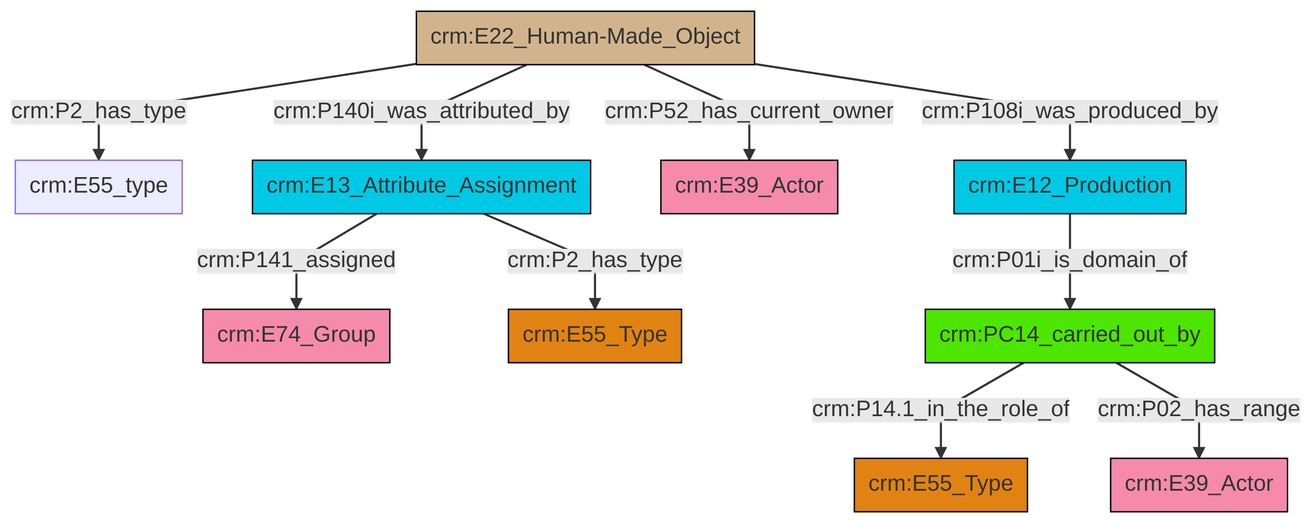
Before: et/builtWorkCSV/ttl/mmd/png/Built_Work_actor_relations.png, a diagram exported from Mermaid (swiss-art-research-net/reference-data-models). Its source is kept beside it as et/builtWorkCSV/ttl/mmd/Built_Work_actor_relations.ttl.mmd.
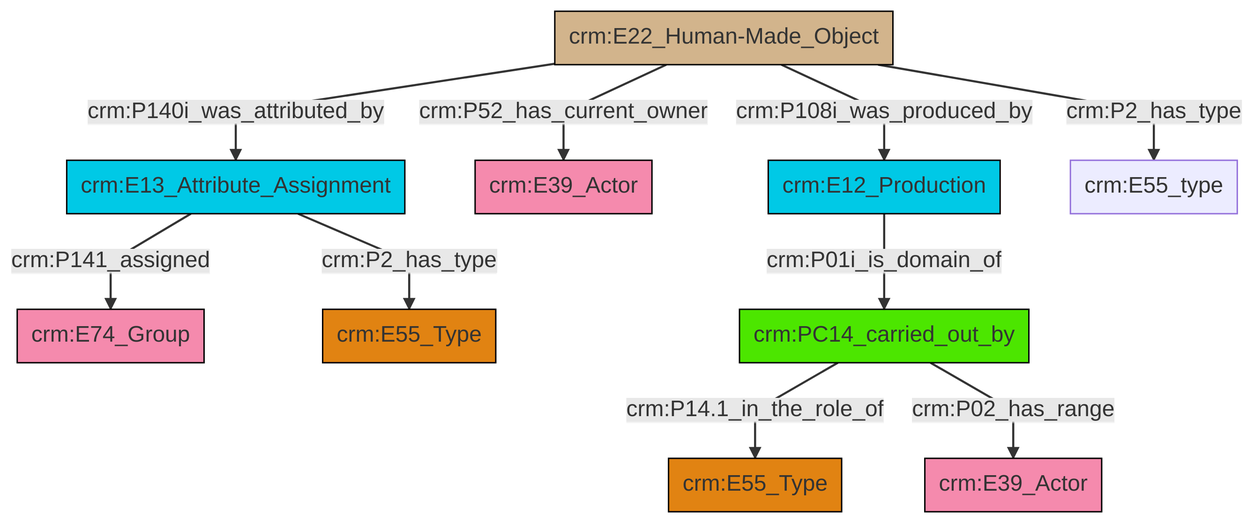
The same file after the commit.

The edit, as a diff of the source:
```diff
@@ -13,12 +13,12 @@
 classDef PC_Classes fill:#4ce600, stroke:#000000;
 classDef Multi fill:#cccccc,stroke:#000000;
 
-6["crm:E22_Human-Made_Object"]:::Physical_Thing -->|crm:P140i_was_attributed_by| 7["crm:E13_Attribute_Assignment"]:::Temporal_Entity
-6["crm:E22_Human-Made_Object"]:::Physical_Thing -->|crm:P108i_was_produced_by| 13["crm:E12_Production"]:::Temporal_Entity
-6["crm:E22_Human-Made_Object"]:::Physical_Thing -->|crm:P2_has_type| 0["crm:E55_type"]:::Default
-7["crm:E13_Attribute_Assignment"]:::Temporal_Entity -->|crm:P141_assigned| 2["crm:E74_Group"]:::Actor
-15["crm:PC14_carried_out_by"]:::PC_Classes -->|crm:P14.1_in_the_role_of| 4["crm:E55_Type"]:::Type
-7["crm:E13_Attribute_Assignment"]:::Temporal_Entity -->|crm:P2_has_type| 10["crm:E55_Type"]:::Type
-6["crm:E22_Human-Made_Object"]:::Physical_Thing -->|crm:P52_has_current_owner| 8["crm:E39_Actor"]:::Actor
-13["crm:E12_Production"]:::Temporal_Entity -->|crm:P01i_is_domain_of| 15["crm:PC14_carried_out_by"]:::PC_Classes
-15["crm:PC14_carried_out_by"]:::PC_Classes -->|crm:P02_has_range| 19["crm:E39_Actor"]:::Actor
+8["crm:E22_Human-Made_Object"]:::Physical_Thing -->|crm:P140i_was_attributed_by| 0["crm:E13_Attribute_Assignment"]:::Temporal_Entity
+0["crm:E13_Attribute_Assignment"]:::Temporal_Entity -->|crm:P141_assigned| 4["crm:E74_Group"]:::Actor
+13["crm:E12_Production"]:::Temporal_Entity -->|crm:P01i_is_domain_of| 9["crm:PC14_carried_out_by"]:::PC_Classes
+8["crm:E22_Human-Made_Object"]:::Physical_Thing -->|crm:P52_has_current_owner| 15["crm:E39_Actor"]:::Actor
+8["crm:E22_Human-Made_Object"]:::Physical_Thing -->|crm:P108i_was_produced_by| 13["crm:E12_Production"]:::Temporal_Entity
+9["crm:PC14_carried_out_by"]:::PC_Classes -->|crm:P14.1_in_the_role_of| 16["crm:E55_Type"]:::Type
+8["crm:E22_Human-Made_Object"]:::Physical_Thing -->|crm:P2_has_type| 6["crm:E55_type"]:::Default
+0["crm:E13_Attribute_Assignment"]:::Temporal_Entity -->|crm:P2_has_type| 11["crm:E55_Type"]:::Type
+9["crm:PC14_carried_out_by"]:::PC_Classes -->|crm:P02_has_range| 2["crm:E39_Actor"]:::Actor
```
